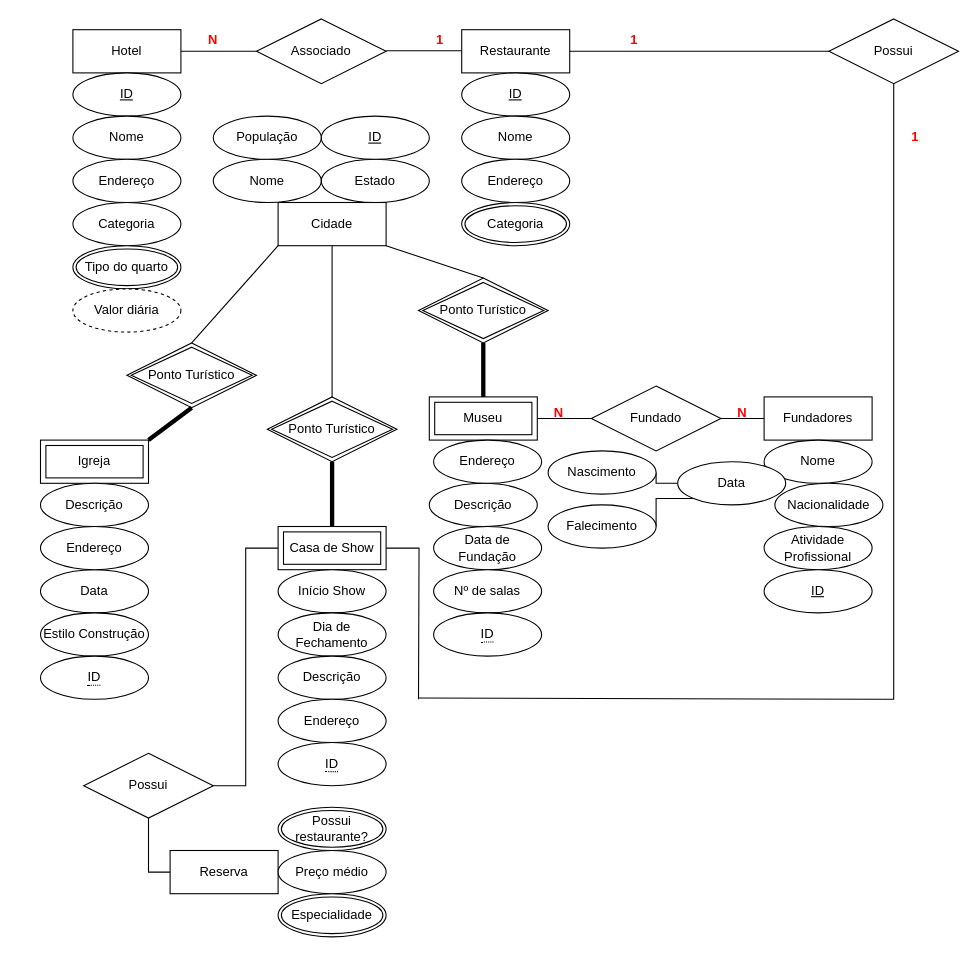
Before: Aula 2 - Ex 4.drawio in artfrc/SBD, a draw.io diagram. Source tidied: cells renumbered, new cells numbered last; positions are measured from the earlier drawing's top-left corner, leaving out a move shared by most shapes. Both pictures are drawn from the tidied source at 108%, with x=0, y=0 at pixel (40, 18).
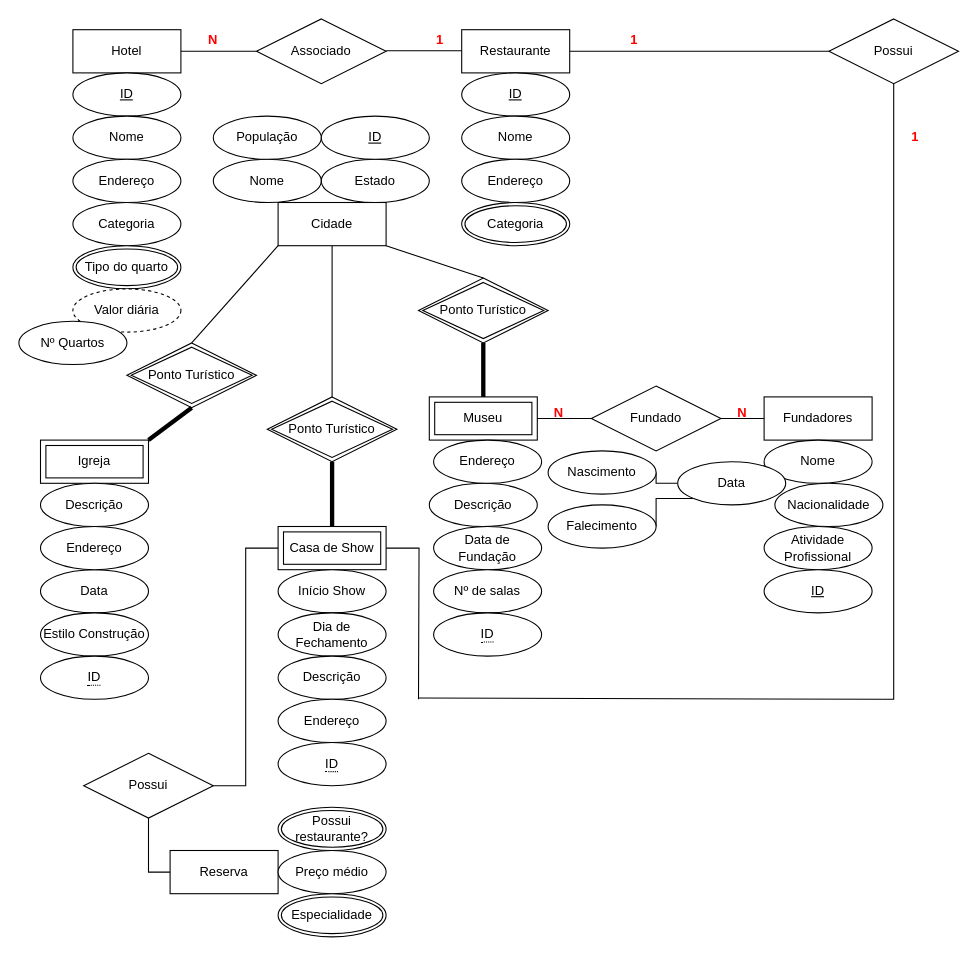
Above is the later version.

Change to the diagram source:
```diff
@@
+    <mxCell id="80" value="Nº Quartos" style="ellipse;whiteSpace=wrap;html=1;align=center;fontColor=#000000;" parent="1" vertex="1">
+      <mxGeometry x="-20" y="280" width="100" height="40" as="geometry" />
+    </mxCell>
```
